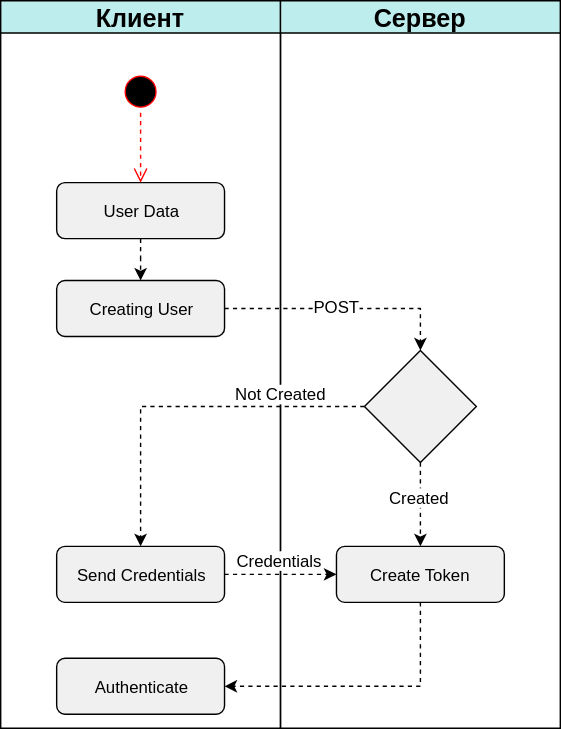
ajile/draw-io keeps this draw.io diagram as partner-authentication.svg. Above is the earlier version. Source tidied: cells renumbered, new cells last; positions are measured from the earlier drawing's top-left corner, leaving out a move shared by most shapes.
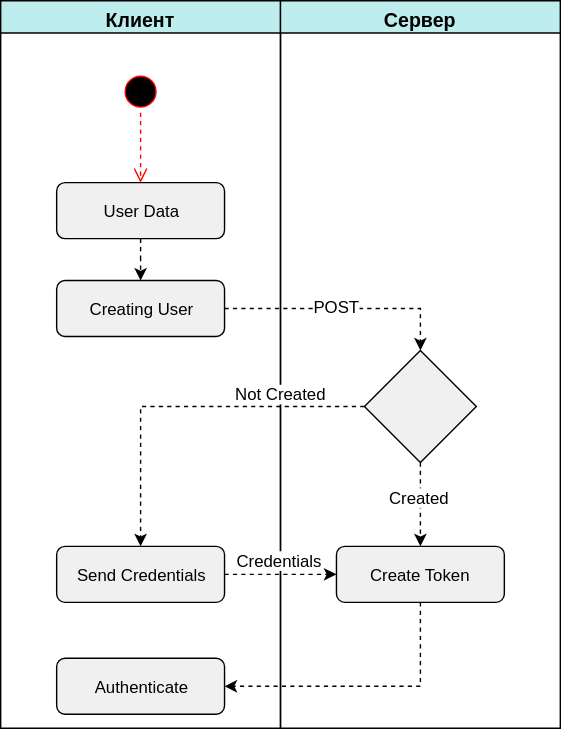
Above is the later version.

What changed in the source:
```diff
@@ -2,7 +2,7 @@
   <root>
     <mxCell id="0" />
     <mxCell id="1" parent="0" />
-    <mxCell id="2" value="Клиент" style="swimlane;whiteSpace=wrap;html=1;fillColor=#BEEDED;fontSize=18;align=center;" parent="1" vertex="1">
+    <mxCell id="2" value="Клиент" style="swimlane;whiteSpace=wrap;html=1;fillColor=#BEEDED;fontSize=14;align=center;" parent="1" vertex="1">
       <mxGeometry width="200" height="520" as="geometry" />
     </mxCell>
     <mxCell id="3" style="ellipse;html=1;shape=startState;fillColor=#000000;strokeColor=#ff0000;fontSize=18;align=center;" parent="2" vertex="1">
@@ -26,7 +26,7 @@
     <mxCell id="9" value="Authenticate" style="rounded=1;whiteSpace=wrap;html=1;fillColor=#F0F0F0;fontSize=12;align=center;" parent="2" vertex="1">
       <mxGeometry x="40" y="470" width="120" height="40" as="geometry" />
     </mxCell>
-    <mxCell id="10" value="Сервер" style="swimlane;whiteSpace=wrap;html=1;fillColor=#BEEDED;fontSize=18;align=center;" parent="1" vertex="1">
+    <mxCell id="10" value="Сервер" style="swimlane;whiteSpace=wrap;html=1;fillColor=#BEEDED;fontSize=14;align=center;" parent="1" vertex="1">
       <mxGeometry x="200" width="200" height="520" as="geometry" />
     </mxCell>
     <mxCell id="11" style="rhombus;whiteSpace=wrap;html=1;fillColor=#F0F0F0;fontSize=12;align=center;" parent="10" vertex="1">
```
